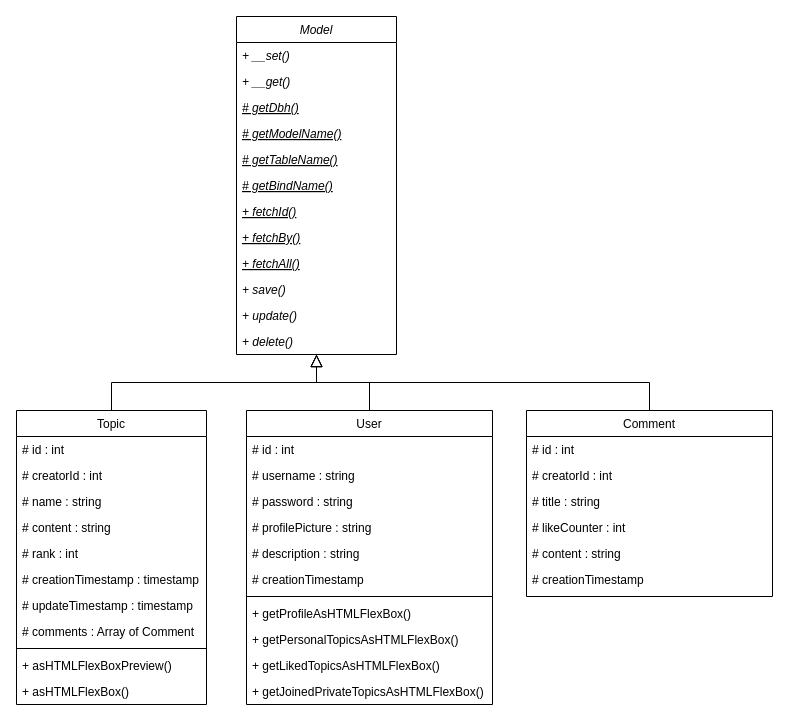
The draw.io diagram doc/conception/models_class_diagram.drawio in ThePension/AWb-g3-ForMax, before the edit. Source tidied: cells renumbered, new cells numbered last; positions are measured from the earlier drawing's top-left corner, leaving out a move shared by most shapes. Both pictures are drawn from the tidied source at 100%, with x=0, y=0 at pixel (16, 16).
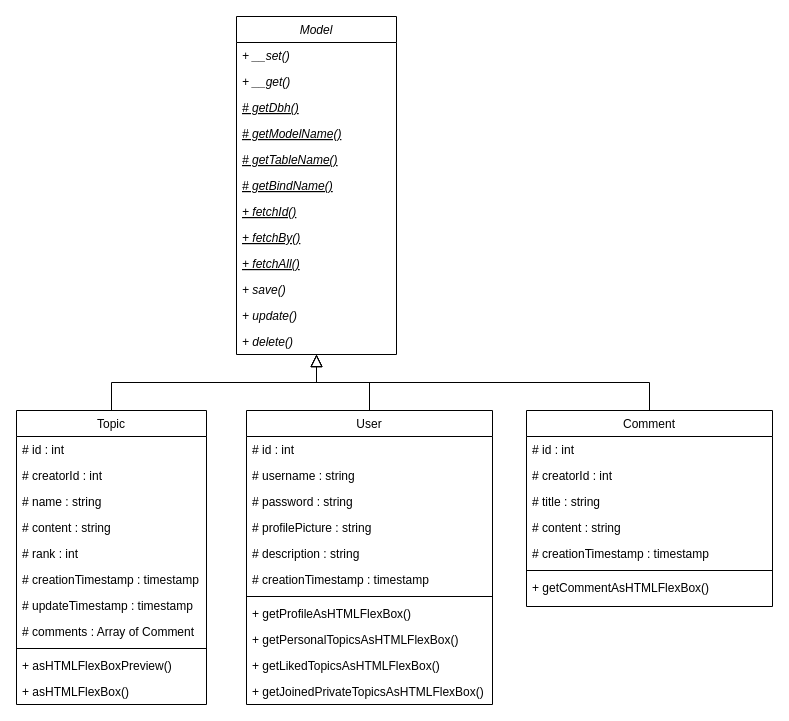
After the change.

Commit message (it also covers changes not shown here):
Updating models class diagram

Unchanged cells that the change refers to:
```xml
<mxCell id="28" value="User" style="swimlane;fontStyle=0;align=center;verticalAlign=top;horizontal=1;startSize=26;rounded=0;shadow=0;strokeWidth=1;" parent="1" vertex="1">
  <mxGeometry x="230" y="394" width="246" height="294" as="geometry" />
</mxCell>
```

What changed in the source:
```diff
@@
-    <mxCell id="34" value="# creationTimestamp" style="text;align=left;verticalAlign=top;spacingLeft=4;spacingRight=4;overflow=hidden;" parent="28" vertex="1">
+    <mxCell id="34" value="# creationTimestamp : timestamp" style="text;align=left;verticalAlign=top;spacingLeft=4;spacingRight=4;overflow=hidden;" parent="28" vertex="1">
       <mxGeometry y="156" width="246" height="26" as="geometry" />
     </mxCell>
@@
     <mxCell id="41" value="Comment" style="swimlane;fontStyle=0;align=center;verticalAlign=top;horizontal=1;startSize=26;rounded=0;shadow=0;strokeWidth=1;" parent="1" vertex="1">
-      <mxGeometry x="510" y="394" width="246" height="186" as="geometry" />
+      <mxGeometry x="510" y="394" width="246" height="196" as="geometry" />
     </mxCell>
@@
-    <mxCell id="45" value="# likeCounter : int" style="text;align=left;verticalAlign=top;spacingLeft=4;spacingRight=4;overflow=hidden;" parent="41" vertex="1">
-      <mxGeometry y="104" width="246" height="26" as="geometry" />
-    </mxCell>
     <mxCell id="46" value="# content : string" style="text;align=left;verticalAlign=top;spacingLeft=4;spacingRight=4;overflow=hidden;" parent="41" vertex="1">
-      <mxGeometry y="130" width="246" height="26" as="geometry" />
+      <mxGeometry y="104" width="246" height="26" as="geometry" />
     </mxCell>
-    <mxCell id="47" value="# creationTimestamp" style="text;align=left;verticalAlign=top;spacingLeft=4;spacingRight=4;overflow=hidden;" parent="41" vertex="1">
-      <mxGeometry y="156" width="246" height="26" as="geometry" />
+    <mxCell id="47" value="# creationTimestamp : timestamp" style="text;align=left;verticalAlign=top;spacingLeft=4;spacingRight=4;overflow=hidden;" parent="41" vertex="1">
+      <mxGeometry y="130" width="246" height="26" as="geometry" />
     </mxCell>
+    <mxCell id="49" style="line;html=1;strokeWidth=1;align=left;verticalAlign=middle;spacingTop=-1;spacingLeft=3;spacingRight=3;labelPosition=right;" parent="41" vertex="1">
+      <mxGeometry y="156" width="246" height="8" as="geometry" />
+    </mxCell>
+    <mxCell id="50" value="+ getCommentAsHTMLFlexBox()" style="text;align=left;verticalAlign=top;spacingLeft=4;spacingRight=4;overflow=hidden;" parent="41" vertex="1">
+      <mxGeometry y="164" width="246" height="26" as="geometry" />
+    </mxCell>
```
